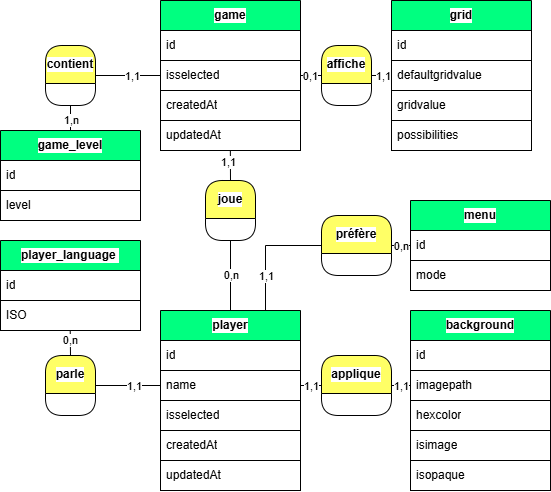
This is .myresources/design_and_modeling/merise/MCD.drawio.png from Lob2018/SudokuFX, a draw.io export, as it was before one commit. Source tidied: cells renumbered, new cells last; positions are measured from the earlier drawing's top-left corner, leaving out a move shared by most shapes.
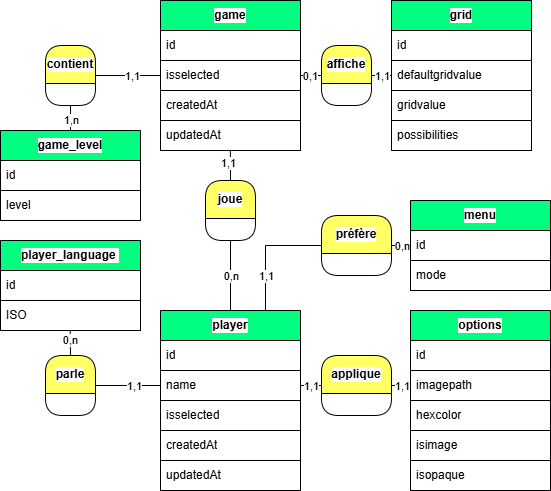
Above is the later version.

Change to the diagram source:
```diff
@@ -114,7 +114,7 @@
         <mxPoint y="-6" as="offset" />
       </mxGeometry>
     </mxCell>
-    <mxCell id="36" value="background" style="swimlane;fontStyle=1;horizontal=1;startSize=30;whiteSpace=wrap;html=1;swimlaneLine=1;fontColor=#000000;labelBorderColor=none;strokeColor=#000000;fillColor=#00FF80;swimlaneFillColor=none;gradientColor=none;labelBackgroundColor=#FFFFFF;" parent="1" vertex="1">
+    <mxCell id="36" value="options" style="swimlane;fontStyle=1;horizontal=1;startSize=30;whiteSpace=wrap;html=1;swimlaneLine=1;fontColor=#000000;labelBorderColor=none;strokeColor=#000000;fillColor=#00FF80;swimlaneFillColor=none;gradientColor=none;labelBackgroundColor=#FFFFFF;" parent="1" vertex="1">
       <mxGeometry x="410" y="310" width="140" height="180" as="geometry" />
     </mxCell>
     <mxCell id="37" value="id" style="text;strokeColor=#000000;fillColor=#FFFFFF;align=left;verticalAlign=middle;spacingLeft=4;spacingRight=4;overflow=hidden;whiteSpace=wrap;html=1;fontColor=#000000;labelBorderColor=none;swimlaneFillColor=none;gradientColor=none;labelBackgroundColor=#FFFFFF;" parent="36" vertex="1">
```
